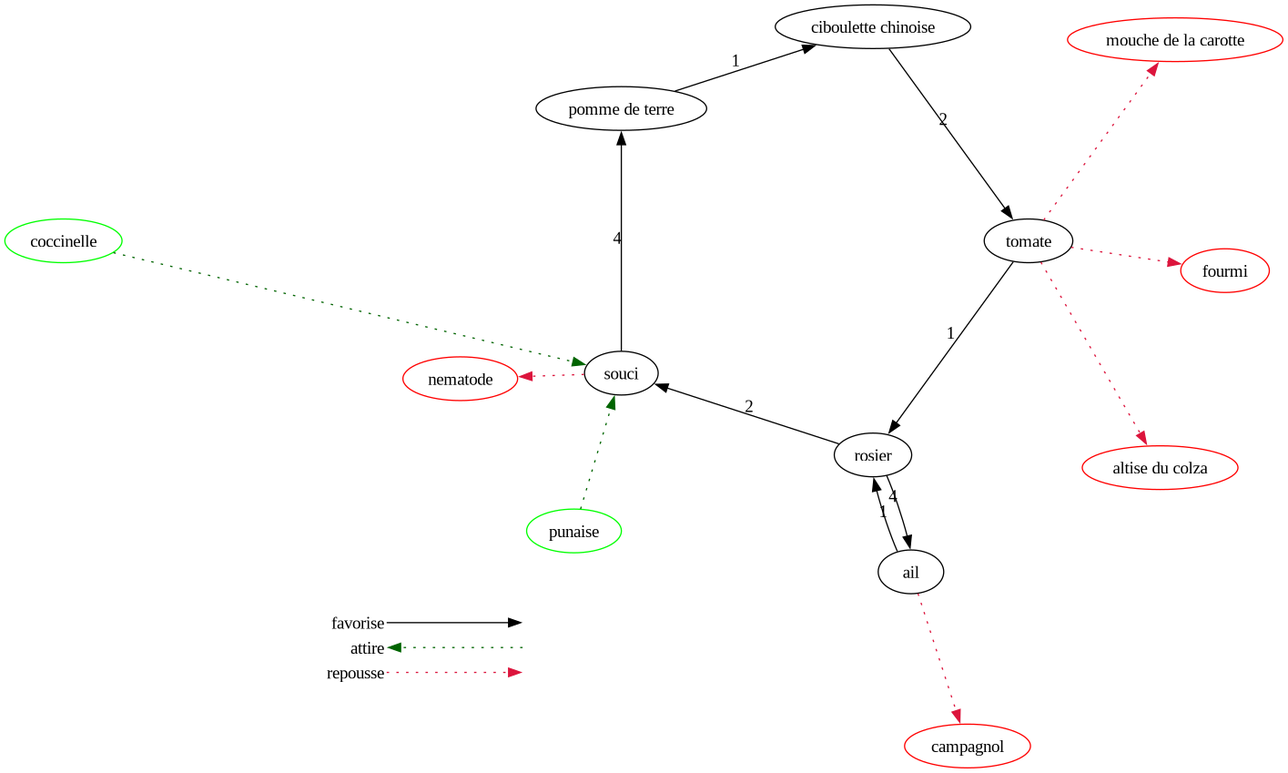
locherry/Jardin keeps this Graphviz diagram as graph/graph_pondere_dijkstra.dot.png. Above is the earlier version. Its source is kept beside it as graph/graph_pondere_dijkstra.dot.
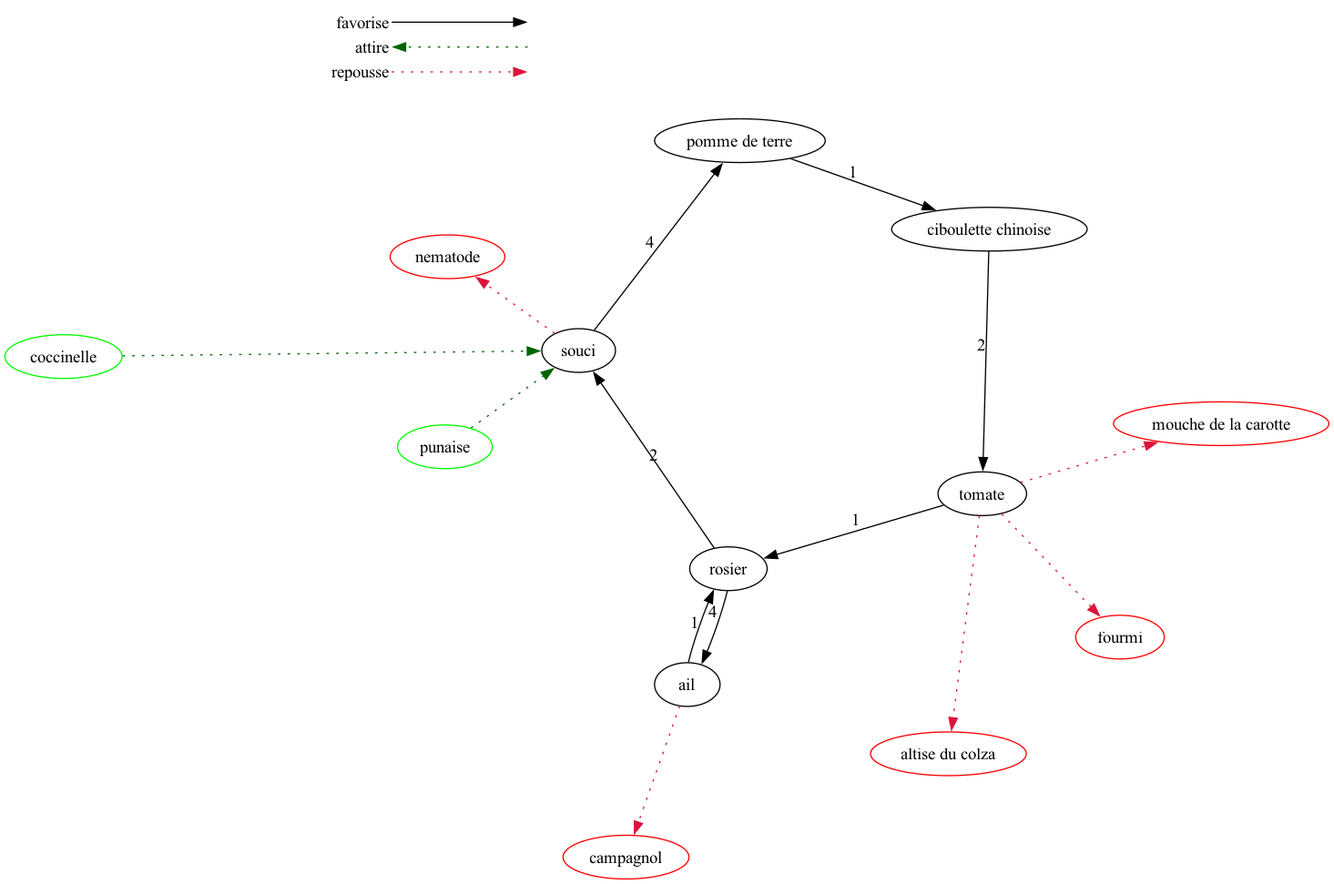
Above is the later version.

The edit, as a diff of the source:
```diff
@@ -4,24 +4,24 @@
     "coccinelle"
     "punaise"
     node [color = red]
-    "campagnol"
-    "nematode"
     "altise du colza"
     "fourmi"
     "mouche de la carotte"
+    "campagnol"
+    "nematode"
     node [color = black]
+    "ciboulette chinoise" -> "tomate" [label="2"]
+    "tomate" -> "rosier" [label="1"]
+    "rosier" -> "ail" [label="4"]
     "ail" -> "rosier" [label="1"]
     "rosier" -> "souci" [label="2"]
     "souci" -> "pomme de terre" [label="4"]
     "pomme de terre" -> "ciboulette chinoise" [label="1"]
-    "ciboulette chinoise" -> "tomate" [label="2"]
-    "tomate" -> "rosier" [label="1"]
-    "rosier" -> "ail" [label="4"]
-    "ail" -> "campagnol" [color=crimson, style=dotted]
-    "souci" -> "nematode" [color=crimson, style=dotted]
     "tomate" -> "altise du colza" [color=crimson, style=dotted]
     "tomate" -> "fourmi" [color=crimson, style=dotted]
     "tomate" -> "mouche de la carotte" [color=crimson, style=dotted]
+    "ail" -> "campagnol" [color=crimson, style=dotted]
+    "souci" -> "nematode" [color=crimson, style=dotted]
     "coccinelle" -> "souci" [color=darkgreen, style=dotted]
     "punaise" -> "souci" [color=darkgreen, style=dotted]
 
```
